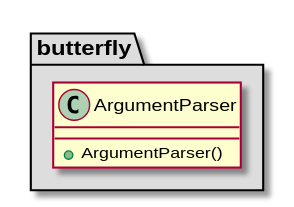
Above: architecture/class_diagrams/argumentParser.svg in bierschi/butterfly (PlantUML), before the change. Source of this version:
```plantuml
@startuml

package butterfly #DDDDDD
{

class ArgumentParser
{


    +ArgumentParser()

}

}
@enduml
```
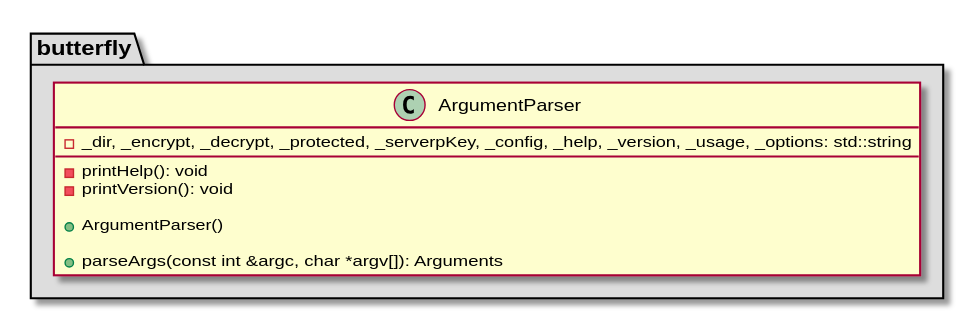
The same file after the commit.

Diff of the diagram source:
```diff
@@ -5,10 +5,13 @@
 
 class ArgumentParser
 {
-
+    -_dir, _encrypt, _decrypt, _protected, _serverpKey, _config, _help, _version, _usage, _options: std::string
+    -printHelp(): void
+    -printVersion(): void
 
     +ArgumentParser()
 
+    +parseArgs(const int &argc, char *argv[]): Arguments
 }
 
 }
```
